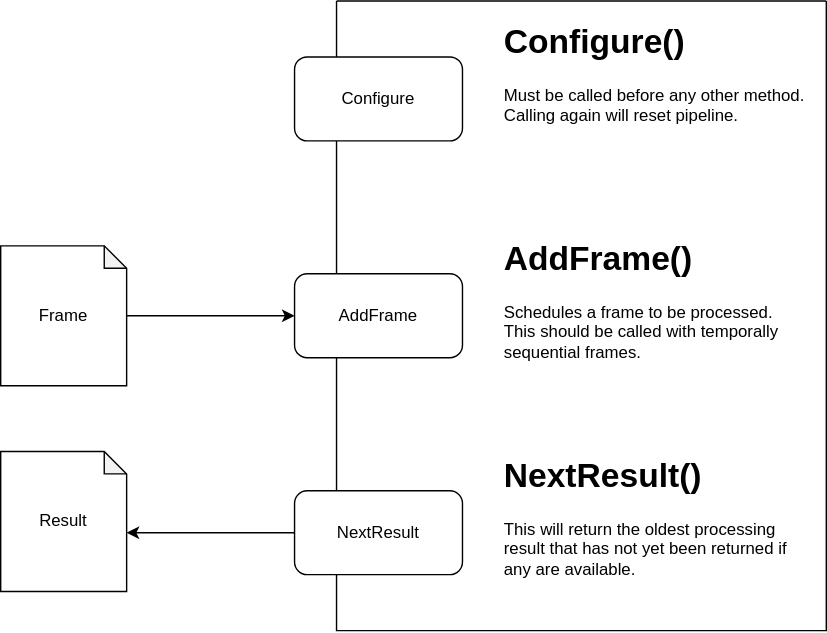
Earlier version of the draw.io export docs/api.drawio.svg (emlyons/mcf). Source tidied: cells renumbered, new cells last; positions are measured from the earlier drawing's top-left corner, leaving out a move shared by most shapes. Its diagram source:
```xml
<mxGraphModel>
  <root>
    <mxCell id="0" />
    <mxCell id="1" parent="0" />
    <mxCell id="2" style="swimlane;startSize=0;" parent="1" vertex="1">
      <mxGeometry x="240" width="350" height="450" as="geometry" />
    </mxCell>
    <mxCell id="3" value="AddFrame" style="rounded=1;whiteSpace=wrap;html=1;" parent="2" vertex="1">
      <mxGeometry x="-30" y="195" width="120" height="60" as="geometry" />
    </mxCell>
    <mxCell id="4" value="Configure" style="rounded=1;whiteSpace=wrap;html=1;" parent="2" vertex="1">
      <mxGeometry x="-30" y="40" width="120" height="60" as="geometry" />
    </mxCell>
    <mxCell id="5" value="NextResult" style="rounded=1;whiteSpace=wrap;html=1;" parent="2" vertex="1">
      <mxGeometry x="-30" y="350" width="120" height="60" as="geometry" />
    </mxCell>
    <mxCell id="6" value="&lt;h1&gt;Configure()&lt;/h1&gt;&lt;p&gt;Must be called before any other method. Calling again will reset pipeline.&lt;/p&gt;" style="text;html=1;strokeColor=none;fillColor=none;spacing=5;spacingTop=-20;whiteSpace=wrap;overflow=hidden;rounded=0;" parent="2" vertex="1">
      <mxGeometry x="115" y="10" width="225" height="120" as="geometry" />
    </mxCell>
    <mxCell id="7" value="&lt;h1&gt;AddFrame()&lt;/h1&gt;&lt;p&gt;Schedules a frame to be processed. This should be called with temporally sequential frames.&lt;/p&gt;" style="text;html=1;strokeColor=none;fillColor=none;spacing=5;spacingTop=-20;whiteSpace=wrap;overflow=hidden;rounded=0;" parent="2" vertex="1">
      <mxGeometry x="115" y="165" width="225" height="120" as="geometry" />
    </mxCell>
    <mxCell id="8" value="&lt;h1&gt;NextResult()&lt;/h1&gt;&lt;p&gt;This will return the oldest processing result that has not yet been returned if any are available.&lt;/p&gt;" style="text;html=1;strokeColor=none;fillColor=none;spacing=5;spacingTop=-20;whiteSpace=wrap;overflow=hidden;rounded=0;" parent="2" vertex="1">
      <mxGeometry x="115" y="320" width="225" height="120" as="geometry" />
    </mxCell>
    <mxCell id="9" style="edgeStyle=none;html=1;" parent="1" edge="1" source="10" target="3">
      <mxGeometry relative="1" as="geometry" />
    </mxCell>
    <mxCell id="10" value="Frame" style="shape=note;whiteSpace=wrap;html=1;backgroundOutline=1;darkOpacity=0.05;size=16;" parent="1" vertex="1">
      <mxGeometry y="175" width="90" height="100" as="geometry" />
    </mxCell>
    <mxCell id="11" value="Result" style="shape=note;whiteSpace=wrap;html=1;backgroundOutline=1;darkOpacity=0.05;size=16;" parent="1" vertex="1">
      <mxGeometry y="322" width="90" height="100" as="geometry" />
    </mxCell>
    <mxCell id="12" style="edgeStyle=none;html=1;entryX=0;entryY=0;entryDx=90;entryDy=58;entryPerimeter=0;" parent="1" edge="1" source="5" target="11">
      <mxGeometry relative="1" as="geometry" />
    </mxCell>
  </root>
</mxGraphModel>
```
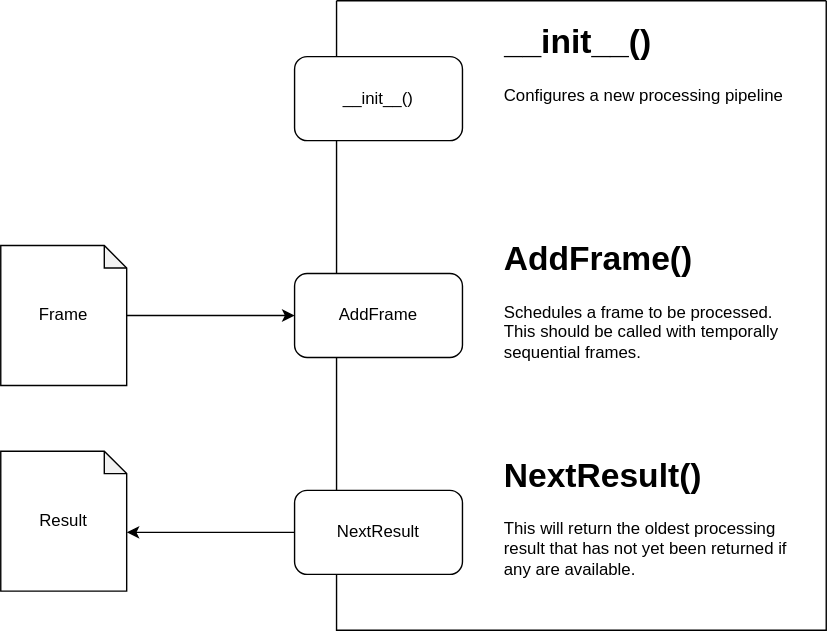
The same file after the commit.

The edit, as a diff of the source:
```diff
@@ -8,13 +8,13 @@
     <mxCell id="3" value="AddFrame" style="rounded=1;whiteSpace=wrap;html=1;" parent="2" vertex="1">
       <mxGeometry x="-30" y="195" width="120" height="60" as="geometry" />
     </mxCell>
-    <mxCell id="4" value="Configure" style="rounded=1;whiteSpace=wrap;html=1;" parent="2" vertex="1">
+    <mxCell id="4" value="__init__()" style="rounded=1;whiteSpace=wrap;html=1;" parent="2" vertex="1">
       <mxGeometry x="-30" y="40" width="120" height="60" as="geometry" />
     </mxCell>
     <mxCell id="5" value="NextResult" style="rounded=1;whiteSpace=wrap;html=1;" parent="2" vertex="1">
       <mxGeometry x="-30" y="350" width="120" height="60" as="geometry" />
     </mxCell>
-    <mxCell id="6" value="&lt;h1&gt;Configure()&lt;/h1&gt;&lt;p&gt;Must be called before any other method. Calling again will reset pipeline.&lt;/p&gt;" style="text;html=1;strokeColor=none;fillColor=none;spacing=5;spacingTop=-20;whiteSpace=wrap;overflow=hidden;rounded=0;" parent="2" vertex="1">
+    <mxCell id="6" value="&lt;h1&gt;__init__()&lt;/h1&gt;&lt;p&gt;Configures a new processing pipeline&lt;/p&gt;" style="text;html=1;strokeColor=none;fillColor=none;spacing=5;spacingTop=-20;whiteSpace=wrap;overflow=hidden;rounded=0;" parent="2" vertex="1">
       <mxGeometry x="115" y="10" width="225" height="120" as="geometry" />
     </mxCell>
     <mxCell id="7" value="&lt;h1&gt;AddFrame()&lt;/h1&gt;&lt;p&gt;Schedules a frame to be processed. This should be called with temporally sequential frames.&lt;/p&gt;" style="text;html=1;strokeColor=none;fillColor=none;spacing=5;spacingTop=-20;whiteSpace=wrap;overflow=hidden;rounded=0;" parent="2" vertex="1">
```
